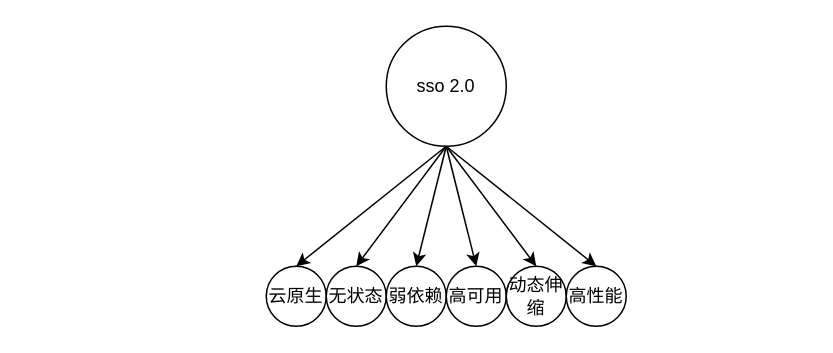
This is page "Page-2" (2 of 3) of sso.drawio from zhangjiongcn/drawio, a draw.io file, before an edit. Source tidied: cells renumbered, new cells numbered last; positions are measured from the earlier drawing's top-left corner, leaving out a move shared by most shapes. Both pictures are drawn from the tidied source at 150%, with x=0, y=0 at pixel (266, 26).
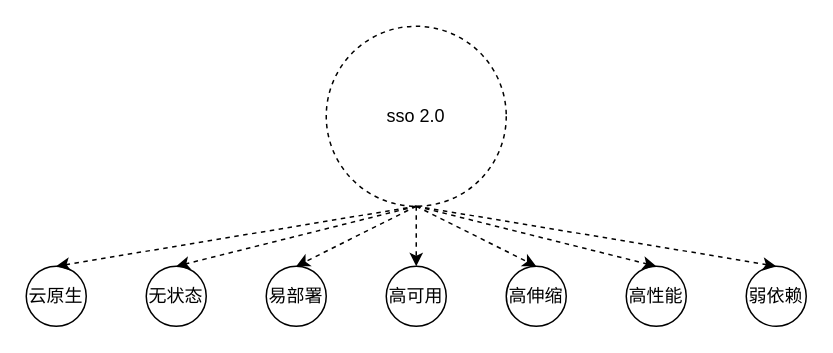
The same diagram, later.

What changed in the source:
```diff
@@
 <mxGraphModel>
   <root>
     <mxCell id="0" />
     <mxCell id="1" parent="0" />
-    <mxCell id="2" value="sso 2.0" style="ellipse;whiteSpace=wrap;html=1;" parent="1" vertex="1">
-      <mxGeometry x="80" width="80" height="80" as="geometry" />
+    <mxCell id="2" value="sso 2.0" style="ellipse;whiteSpace=wrap;html=1;dashed=1;" parent="1" vertex="1">
+      <mxGeometry x="40" width="120" height="120" as="geometry" />
     </mxCell>
     <mxCell id="3" value="云原生" style="ellipse;whiteSpace=wrap;html=1;" parent="1" vertex="1">
-      <mxGeometry y="160" width="40" height="40" as="geometry" />
+      <mxGeometry x="-160" y="160" width="40" height="40" as="geometry" />
     </mxCell>
     <mxCell id="4" value="无状态" style="ellipse;whiteSpace=wrap;html=1;" parent="1" vertex="1">
-      <mxGeometry x="40" y="160" width="40" height="40" as="geometry" />
+      <mxGeometry x="-80" y="160" width="40" height="40" as="geometry" />
     </mxCell>
     <mxCell id="5" value="弱依赖" style="ellipse;whiteSpace=wrap;html=1;" parent="1" vertex="1">
-      <mxGeometry x="80" y="160" width="40" height="40" as="geometry" />
+      <mxGeometry x="320" y="160" width="40" height="40" as="geometry" />
     </mxCell>
     <mxCell id="6" value="高可用" style="ellipse;whiteSpace=wrap;html=1;" parent="1" vertex="1">
-      <mxGeometry x="120" y="160" width="40" height="40" as="geometry" />
+      <mxGeometry x="80" y="160" width="40" height="40" as="geometry" />
     </mxCell>
-    <mxCell id="7" style="endArrow=classic;html=1;exitX=0.5;exitY=1;exitDx=0;exitDy=0;entryX=0.5;entryY=0;entryDx=0;entryDy=0;" parent="1" edge="1" source="2" target="3">
+    <mxCell id="7" style="endArrow=classic;html=1;exitX=0.5;exitY=1;exitDx=0;exitDy=0;entryX=0.5;entryY=0;entryDx=0;entryDy=0;dashed=1;" parent="1" edge="1" source="2" target="3">
       <mxGeometry relative="1" as="geometry" />
     </mxCell>
-    <mxCell id="8" style="endArrow=classic;html=1;exitX=0.5;exitY=1;exitDx=0;exitDy=0;entryX=0.5;entryY=0;entryDx=0;entryDy=0;" parent="1" edge="1" source="2" target="4">
+    <mxCell id="8" style="endArrow=classic;html=1;exitX=0.5;exitY=1;exitDx=0;exitDy=0;entryX=0.5;entryY=0;entryDx=0;entryDy=0;dashed=1;" parent="1" edge="1" source="2" target="4">
       <mxGeometry relative="1" as="geometry" />
     </mxCell>
-    <mxCell id="9" style="endArrow=classic;html=1;exitX=0.5;exitY=1;exitDx=0;exitDy=0;entryX=0.5;entryY=0;entryDx=0;entryDy=0;" parent="1" edge="1" source="2" target="5">
+    <mxCell id="9" style="endArrow=classic;html=1;exitX=0.5;exitY=1;exitDx=0;exitDy=0;entryX=0.5;entryY=0;entryDx=0;entryDy=0;dashed=1;" parent="1" edge="1" source="2" target="5">
       <mxGeometry relative="1" as="geometry" />
     </mxCell>
-    <mxCell id="10" style="endArrow=classic;html=1;exitX=0.5;exitY=1;exitDx=0;exitDy=0;entryX=0.5;entryY=0;entryDx=0;entryDy=0;" parent="1" edge="1" source="2" target="6">
+    <mxCell id="10" style="endArrow=classic;html=1;exitX=0.5;exitY=1;exitDx=0;exitDy=0;entryX=0.5;entryY=0;entryDx=0;entryDy=0;dashed=1;" parent="1" edge="1" source="2" target="6">
       <mxGeometry relative="1" as="geometry" />
     </mxCell>
-    <mxCell id="11" value="动态伸缩" style="ellipse;whiteSpace=wrap;html=1;" parent="1" vertex="1">
+    <mxCell id="11" value="高伸缩" style="ellipse;whiteSpace=wrap;html=1;" parent="1" vertex="1">
       <mxGeometry x="160" y="160" width="40" height="40" as="geometry" />
     </mxCell>
-    <mxCell id="12" style="endArrow=classic;html=1;exitX=0.5;exitY=1;exitDx=0;exitDy=0;entryX=0.5;entryY=0;entryDx=0;entryDy=0;" parent="1" edge="1" source="2" target="11">
+    <mxCell id="12" style="endArrow=classic;html=1;exitX=0.5;exitY=1;exitDx=0;exitDy=0;entryX=0.5;entryY=0;entryDx=0;entryDy=0;dashed=1;" parent="1" edge="1" source="2" target="11">
       <mxGeometry relative="1" as="geometry" />
     </mxCell>
     <mxCell id="13" value="高性能" style="ellipse;whiteSpace=wrap;html=1;" parent="1" vertex="1">
-      <mxGeometry x="200" y="160" width="40" height="40" as="geometry" />
+      <mxGeometry x="240" y="160" width="40" height="40" as="geometry" />
     </mxCell>
-    <mxCell id="14" style="endArrow=classic;html=1;entryX=0.5;entryY=0;entryDx=0;entryDy=0;exitX=0.5;exitY=1;exitDx=0;exitDy=0;" parent="1" edge="1" source="2" target="13">
+    <mxCell id="14" style="endArrow=classic;html=1;entryX=0.5;entryY=0;entryDx=0;entryDy=0;exitX=0.5;exitY=1;exitDx=0;exitDy=0;dashed=1;" parent="1" edge="1" source="2" target="13">
       <mxGeometry relative="1" as="geometry" />
     </mxCell>
+    <mxCell id="15" value="易部署" style="ellipse;whiteSpace=wrap;html=1;" parent="1" vertex="1">
+      <mxGeometry y="160" width="40" height="40" as="geometry" />
+    </mxCell>
+    <mxCell id="16" style="endArrow=classic;html=1;entryX=0.5;entryY=0;entryDx=0;entryDy=0;exitX=0.5;exitY=1;exitDx=0;exitDy=0;dashed=1;" parent="1" edge="1" source="2" target="15">
+      <mxGeometry relative="1" as="geometry" />
+    </mxCell>
   </root>
 </mxGraphModel>
```
